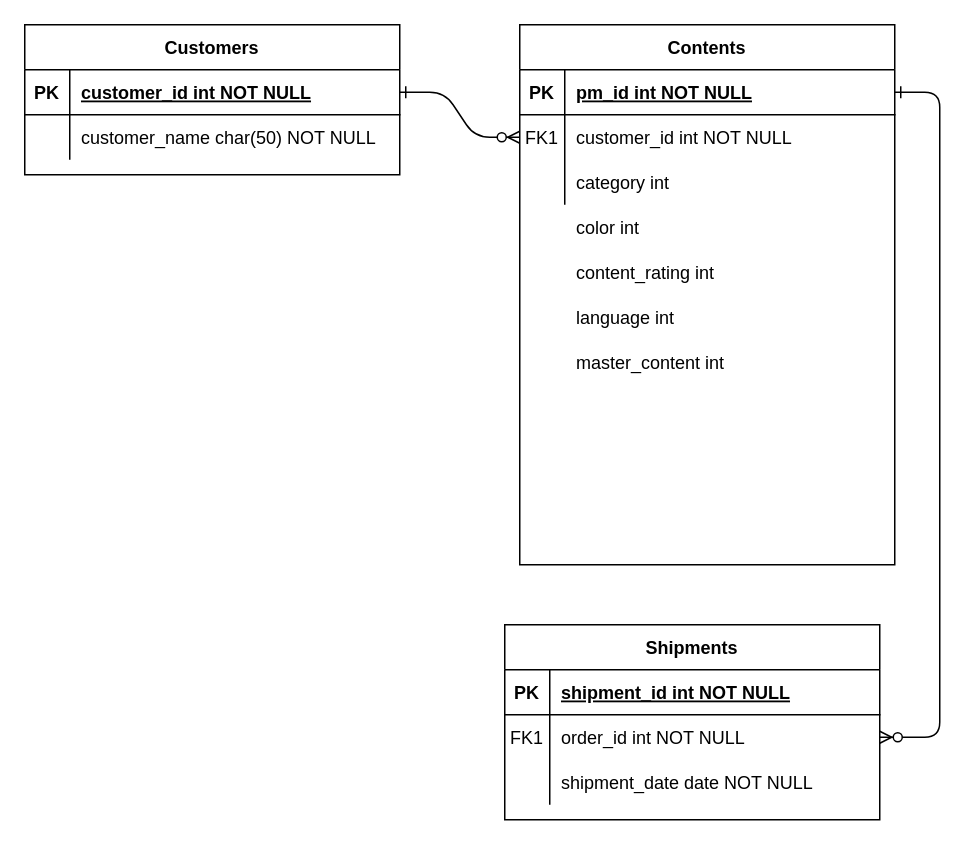
The draw.io diagram Diagramme sans nom.drawio in Amellal/Delomid_Diagrams, before the edit. Source tidied: cells renumbered, new cells numbered last; positions are measured from the earlier drawing's top-left corner, leaving out a move shared by most shapes. Both pictures are drawn from the tidied source at 150%, with x=0, y=0 at pixel (24, 24).
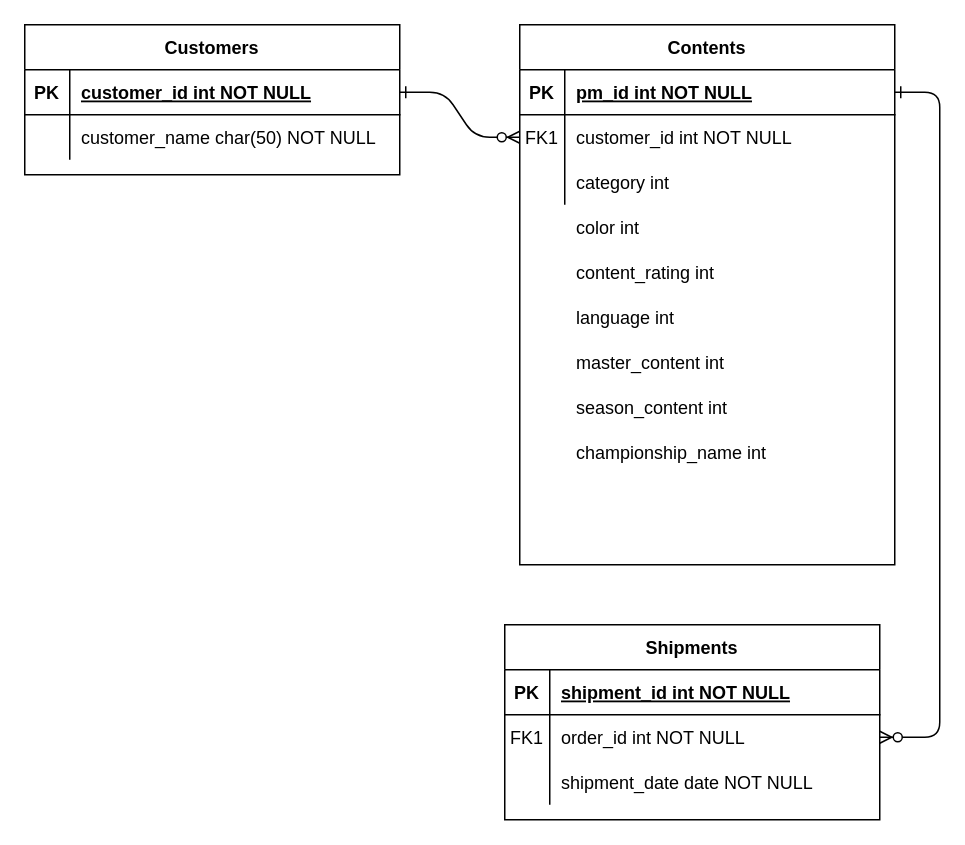
After the change.

Change to the diagram source:
```diff
@@
+    <mxCell id="35" value="season_content int" style="shape=partialRectangle;overflow=hidden;fillColor=none;top=0;left=0;bottom=0;right=0;align=left;spacingLeft=6;" parent="1" vertex="1">
+      <mxGeometry x="360" y="240" width="220" height="30" as="geometry" />
+    </mxCell>
+    <mxCell id="36" value="championship_name int" style="shape=partialRectangle;overflow=hidden;fillColor=none;top=0;left=0;bottom=0;right=0;align=left;spacingLeft=6;" parent="1" vertex="1">
+      <mxGeometry x="360" y="270" width="220" height="30" as="geometry" />
+    </mxCell>
```
